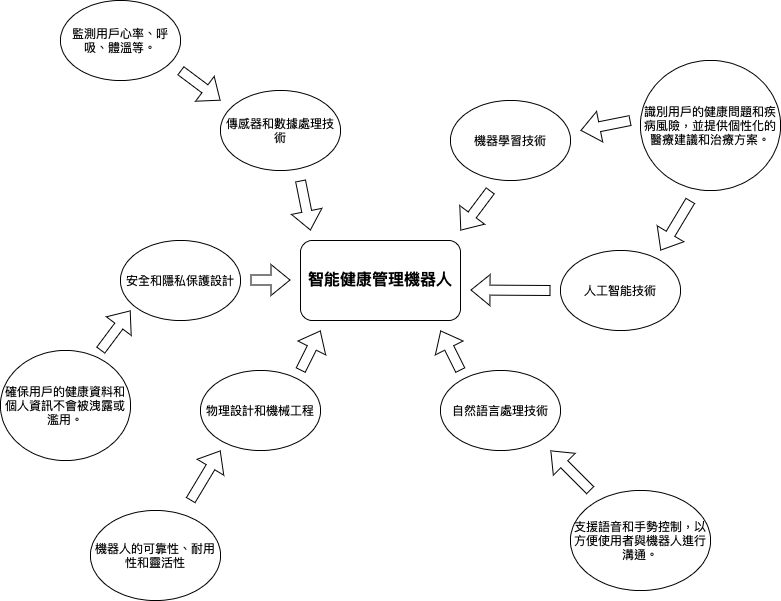
poyuanshih/MCU-project keeps this draw.io diagram as images/智能健康管理機器人.drawio.png. Above is the earlier version. Source tidied: cells renumbered, new cells last; positions are measured from the earlier drawing's top-left corner, leaving out a move shared by most shapes.
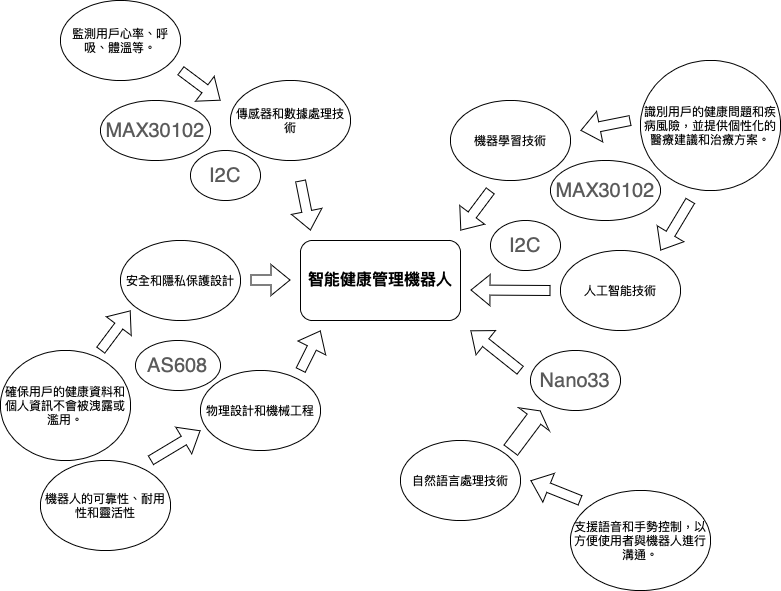
Above is the later version.

Commit message:
智能健康管理機器人2

The edit, as a diff of the source:
```diff
@@ -3,13 +3,13 @@
     <mxCell id="0" />
     <mxCell id="1" parent="0" />
     <mxCell id="2" value="自然語言處理技術" style="ellipse;whiteSpace=wrap;html=1;" parent="1" vertex="1">
-      <mxGeometry x="440" y="370" width="120" height="80" as="geometry" />
+      <mxGeometry x="400" y="440" width="120" height="80" as="geometry" />
     </mxCell>
     <mxCell id="3" value="物理設計和機械工程" style="ellipse;whiteSpace=wrap;html=1;" parent="1" vertex="1">
       <mxGeometry x="200" y="370" width="120" height="80" as="geometry" />
     </mxCell>
     <mxCell id="4" value="傳感器和數據處理技術" style="ellipse;whiteSpace=wrap;html=1;" parent="1" vertex="1">
-      <mxGeometry x="220" y="90" width="120" height="80" as="geometry" />
+      <mxGeometry x="230" y="80" width="120" height="80" as="geometry" />
     </mxCell>
     <mxCell id="5" value="機器學習技術" style="ellipse;whiteSpace=wrap;html=1;" parent="1" vertex="1">
       <mxGeometry x="450" y="100" width="120" height="80" as="geometry" />
@@ -70,18 +70,18 @@
     </mxCell>
     <mxCell id="18" style="shape=flexArrow;endArrow=classic;html=1;rounded=0;" parent="1" edge="1">
       <mxGeometry relative="1" as="geometry">
-        <mxPoint x="460" y="370" as="sourcePoint" />
-        <mxPoint x="440" y="330" as="targetPoint" />
+        <mxPoint x="520" y="370" as="sourcePoint" />
+        <mxPoint x="470" y="330" as="targetPoint" />
       </mxGeometry>
     </mxCell>
     <mxCell id="19" style="shape=flexArrow;endArrow=classic;html=1;rounded=0;" parent="1" edge="1">
       <mxGeometry relative="1" as="geometry">
-        <mxPoint x="590" y="490" as="sourcePoint" />
-        <mxPoint x="550" y="450" as="targetPoint" />
+        <mxPoint x="580" y="500" as="sourcePoint" />
+        <mxPoint x="530" y="480" as="targetPoint" />
       </mxGeometry>
     </mxCell>
     <mxCell id="20" value="機器人的可靠性、耐用性和靈活性" style="ellipse;whiteSpace=wrap;html=1;" parent="1" vertex="1">
-      <mxGeometry x="90" y="510" width="130" height="90" as="geometry" />
+      <mxGeometry x="40" y="460" width="130" height="90" as="geometry" />
     </mxCell>
     <mxCell id="21" style="shape=flexArrow;endArrow=classic;html=1;rounded=0;" parent="1" edge="1">
       <mxGeometry relative="1" as="geometry">
@@ -91,8 +91,8 @@
     </mxCell>
     <mxCell id="22" style="shape=flexArrow;endArrow=classic;html=1;rounded=0;" parent="1" edge="1">
       <mxGeometry relative="1" as="geometry">
-        <mxPoint x="190" y="500" as="sourcePoint" />
-        <mxPoint x="220" y="450" as="targetPoint" />
+        <mxPoint x="150" y="460" as="sourcePoint" />
+        <mxPoint x="200" y="430" as="targetPoint" />
       </mxGeometry>
     </mxCell>
     <mxCell id="23" value="確保用戶的健康資料和個人資訊不會被洩露或濫用。" style="ellipse;whiteSpace=wrap;html=1;" parent="1" vertex="1">
@@ -110,5 +110,29 @@
         <mxPoint x="290" y="279.5" as="targetPoint" />
       </mxGeometry>
     </mxCell>
+    <mxCell id="26" value="&lt;p style=&quot;margin: 0px; font-stretch: normal; font-size: 20px; line-height: normal; color: rgb(90, 90, 90);&quot;&gt;Nano33&lt;/p&gt;" style="ellipse;whiteSpace=wrap;html=1;" parent="1" vertex="1">
+      <mxGeometry x="530" y="350" width="90" height="60" as="geometry" />
+    </mxCell>
+    <mxCell id="27" style="shape=flexArrow;endArrow=classic;html=1;rounded=0;width=17;endSize=3.12;" parent="1" edge="1">
+      <mxGeometry relative="1" as="geometry">
+        <mxPoint x="510" y="450" as="sourcePoint" />
+        <mxPoint x="540" y="410" as="targetPoint" />
+      </mxGeometry>
+    </mxCell>
+    <mxCell id="28" value="&lt;p style=&quot;margin: 0px; font-stretch: normal; font-size: 20px; line-height: normal; color: rgb(90, 90, 90);&quot;&gt;MAX30102&lt;/p&gt;" style="ellipse;whiteSpace=wrap;html=1;" parent="1" vertex="1">
+      <mxGeometry x="550" y="160" width="110" height="60" as="geometry" />
+    </mxCell>
+    <mxCell id="29" value="&lt;p style=&quot;margin: 0px; font-stretch: normal; font-size: 20px; line-height: normal; color: rgb(90, 90, 90);&quot;&gt;I2C&lt;/p&gt;" style="ellipse;whiteSpace=wrap;html=1;" parent="1" vertex="1">
+      <mxGeometry x="490" y="220" width="70" height="50" as="geometry" />
+    </mxCell>
+    <mxCell id="30" value="&lt;p style=&quot;margin: 0px; font-stretch: normal; font-size: 20px; line-height: normal; color: rgb(90, 90, 90);&quot;&gt;MAX30102&lt;/p&gt;" style="ellipse;whiteSpace=wrap;html=1;" parent="1" vertex="1">
+      <mxGeometry x="100" y="100" width="110" height="60" as="geometry" />
+    </mxCell>
+    <mxCell id="31" value="&lt;p style=&quot;margin: 0px; font-stretch: normal; font-size: 20px; line-height: normal; color: rgb(90, 90, 90);&quot;&gt;I2C&lt;/p&gt;" style="ellipse;whiteSpace=wrap;html=1;" parent="1" vertex="1">
+      <mxGeometry x="190" y="150" width="70" height="50" as="geometry" />
+    </mxCell>
+    <mxCell id="32" value="&lt;p style=&quot;margin: 0px; font-stretch: normal; font-size: 20px; line-height: normal; color: rgb(90, 90, 90);&quot;&gt;AS608&lt;/p&gt;" style="ellipse;whiteSpace=wrap;html=1;" parent="1" vertex="1">
+      <mxGeometry x="135" y="340" width="85" height="50" as="geometry" />
+    </mxCell>
   </root>
 </mxGraphModel>
```
